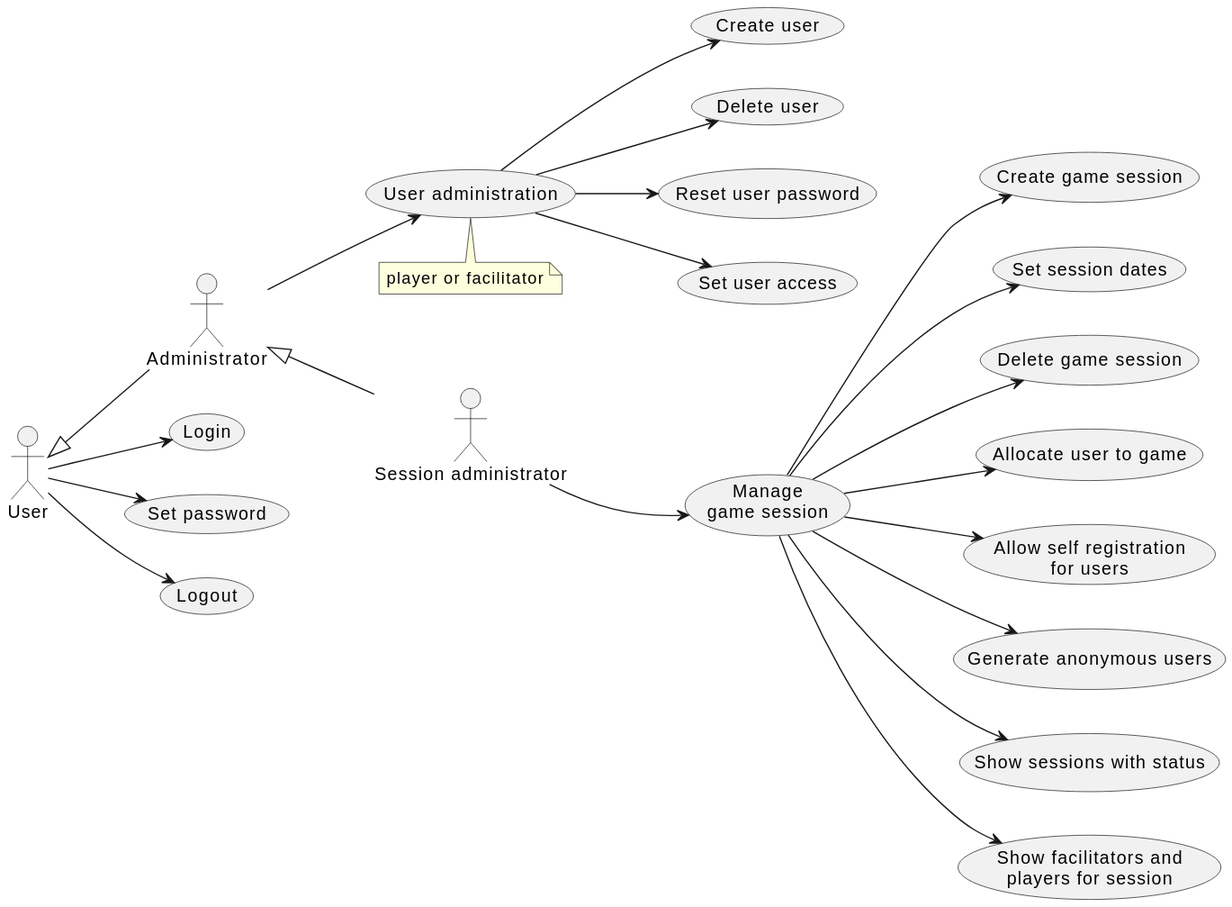
averbraeck/gscg-design keeps this PlantUML diagram as doc/1-use-cases/diagrams/session-administration.svg. Above is the earlier version.
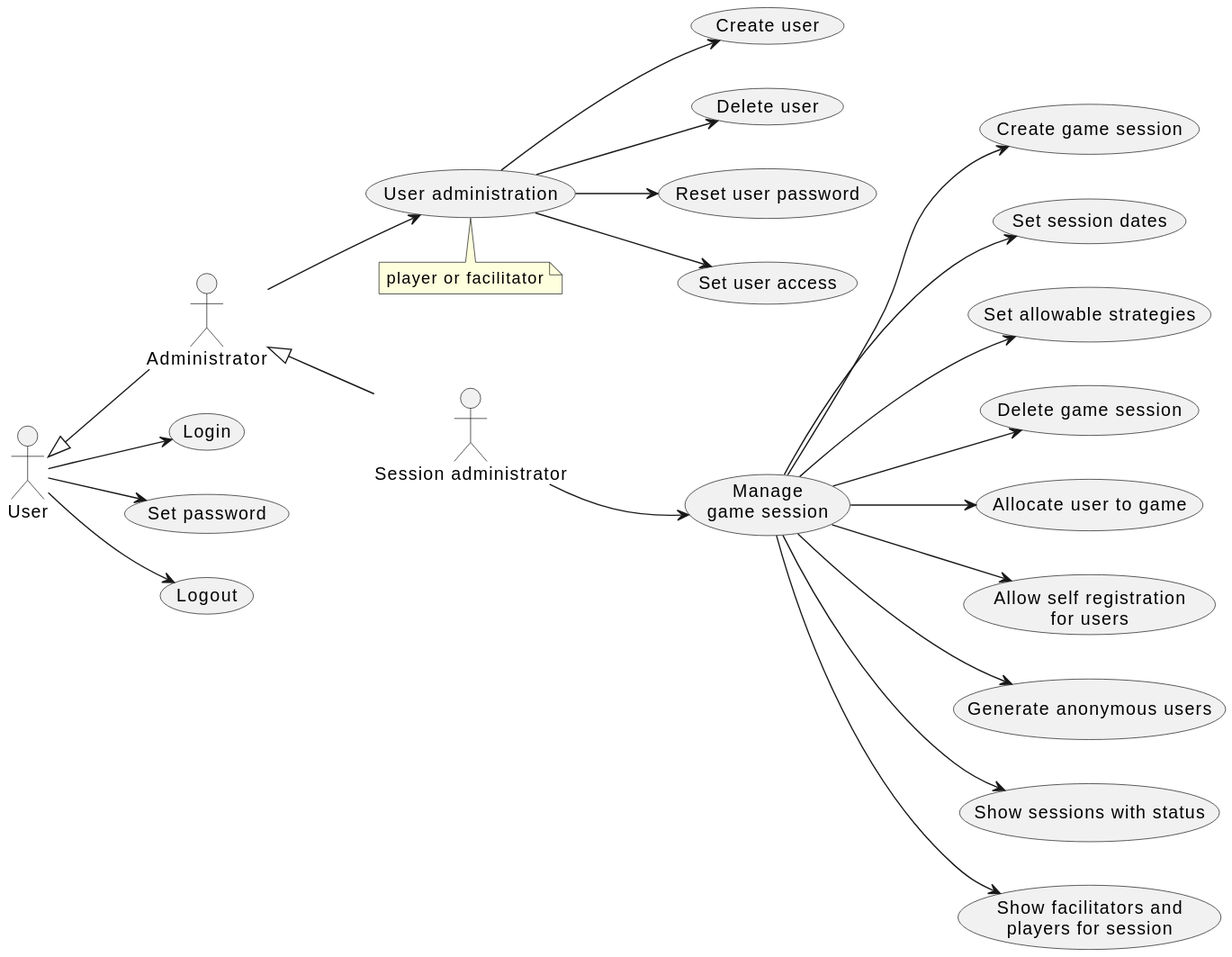
Above is the later version.

What changed in the source:
```diff
@@ -23,6 +23,7 @@
 SA --> Manage : "\n\n\n\n\n\n\n\n\n\n"
 Manage --> (Create game session)
 Manage --> (Set session dates)
+Manage --> (Set allowable strategies)
 Manage --> (Delete game session)
 Manage --> (Allocate user to game)
 Manage --> (Allow self registration\nfor users)
```
